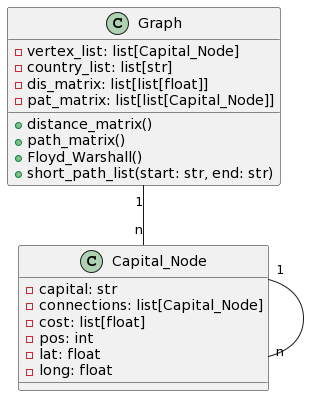
Above: uml/UML_Diagram.png in K3nnyZY/DS2_LAB2_AIRPORT (PlantUML), before the change. The source it was exported from:
```plantuml
@startuml
class Capital_Node {
    - capital: str
    - connections: list[Capital_Node]
    - cost: list[float]
    - pos: int
    - lat: float
    - long: float
}

class Graph {
    - vertex_list: list[Capital_Node]
    - country_list: list[str]
    - dis_matrix: list[list[float]]
    - pat_matrix: list[list[Capital_Node]]
    + distance_matrix()
    + path_matrix()
    + Floyd_Warshall()
    + short_path_list(start: str, end: str)
}

Capital_Node "1" -- "n" Capital_Node
Graph "1" -- "n" Capital_Node
@enduml
```
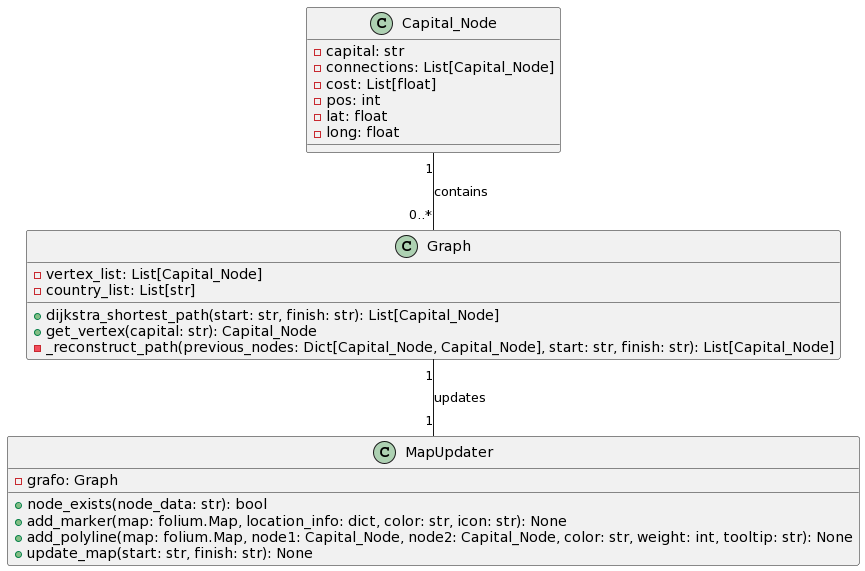
After the change.

Diff of the diagram source:
```diff
@@ -1,24 +1,29 @@
 @startuml
 class Capital_Node {
-    - capital: str
-    - connections: list[Capital_Node]
-    - cost: list[float]
-    - pos: int
-    - lat: float
-    - long: float
+    -capital: str
+    -connections: List[Capital_Node]
+    -cost: List[float]
+    -pos: int
+    -lat: float
+    -long: float
 }
 
 class Graph {
-    - vertex_list: list[Capital_Node]
-    - country_list: list[str]
-    - dis_matrix: list[list[float]]
-    - pat_matrix: list[list[Capital_Node]]
-    + distance_matrix()
-    + path_matrix()
-    + Floyd_Warshall()
-    + short_path_list(start: str, end: str)
+    -vertex_list: List[Capital_Node]
+    -country_list: List[str]
+    +dijkstra_shortest_path(start: str, finish: str): List[Capital_Node]
+    +get_vertex(capital: str): Capital_Node
+    -_reconstruct_path(previous_nodes: Dict[Capital_Node, Capital_Node], start: str, finish: str): List[Capital_Node]
 }
 
-Capital_Node "1" -- "n" Capital_Node
-Graph "1" -- "n" Capital_Node
+class MapUpdater {
+    -grafo: Graph
+    +node_exists(node_data: str): bool
+    +add_marker(map: folium.Map, location_info: dict, color: str, icon: str): None
+    +add_polyline(map: folium.Map, node1: Capital_Node, node2: Capital_Node, color: str, weight: int, tooltip: str): None
+    +update_map(start: str, finish: str): None
+}
+
+Capital_Node "1" -- "0..*" Graph: contains
+Graph "1" -- "1" MapUpdater: updates
 @enduml
```
